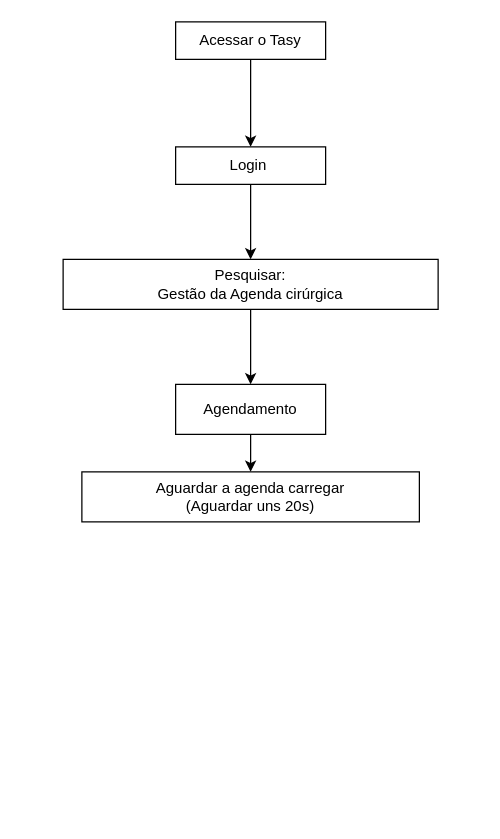
PatriciaGavloski/diagramas.sql keeps this draw.io diagram as Diagrama sem nome.drawio. Above is the earlier version. Source tidied: cells renumbered, new cells numbered last; positions are measured from the earlier drawing's top-left corner, leaving out a move shared by most shapes. Both pictures are drawn from the tidied source at 125%, with x=0, y=0 at pixel (62, 21).
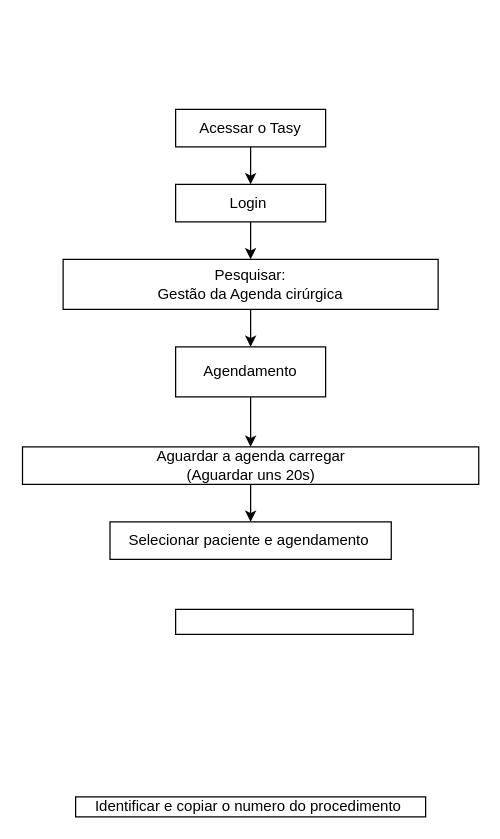
Above is the later version.

The edit, as a diff of the source:
```diff
@@
 <mxGraphModel>
   <root>
     <mxCell id="0" />
     <mxCell id="1" parent="0" />
     <mxCell id="2" style="edgeStyle=orthogonalEdgeStyle;rounded=0;jettySize=auto;html=1;exitX=0.5;exitY=1;exitDx=0;exitDy=0;" parent="1" edge="1" source="3" target="5">
       <mxGeometry relative="1" as="geometry" />
     </mxCell>
     <mxCell id="3" value="Acessar o Tasy" style="rounded=0;whiteSpace=wrap;html=1;" parent="1" vertex="1">
-      <mxGeometry x="90" width="120" height="30" as="geometry" />
+      <mxGeometry x="90" y="70" width="120" height="30" as="geometry" />
     </mxCell>
     <mxCell id="4" style="edgeStyle=orthogonalEdgeStyle;rounded=0;jettySize=auto;html=1;" parent="1" edge="1" source="5" target="7">
       <mxGeometry relative="1" as="geometry" />
     </mxCell>
     <mxCell id="5" value="Login&amp;nbsp;" style="rounded=0;whiteSpace=wrap;html=1;" parent="1" vertex="1">
-      <mxGeometry x="90" y="100" width="120" height="30" as="geometry" />
+      <mxGeometry x="90" y="130" width="120" height="30" as="geometry" />
     </mxCell>
     <mxCell id="6" style="edgeStyle=orthogonalEdgeStyle;rounded=0;jettySize=auto;html=1;exitX=0.5;exitY=1;exitDx=0;exitDy=0;" parent="1" edge="1" source="7" target="9">
       <mxGeometry relative="1" as="geometry" />
     </mxCell>
     <mxCell id="7" value="Pesquisar:&lt;br&gt;Gestão da Agenda cirúrgica" style="rounded=0;whiteSpace=wrap;html=1;" parent="1" vertex="1">
       <mxGeometry y="190" width="300" height="40" as="geometry" />
     </mxCell>
     <mxCell id="8" style="edgeStyle=orthogonalEdgeStyle;rounded=0;jettySize=auto;html=1;exitX=0.5;exitY=1;exitDx=0;exitDy=0;" parent="1" edge="1" source="9" target="10">
       <mxGeometry relative="1" as="geometry" />
     </mxCell>
     <mxCell id="9" value="Agendamento" style="rounded=0;whiteSpace=wrap;html=1;" parent="1" vertex="1">
-      <mxGeometry x="90" y="290" width="120" height="40" as="geometry" />
+      <mxGeometry x="90" y="260" width="120" height="40" as="geometry" />
     </mxCell>
+    <mxCell id="11" style="edgeStyle=orthogonalEdgeStyle;rounded=0;jettySize=auto;html=1;" parent="1" edge="1" source="10" target="12">
+      <mxGeometry relative="1" as="geometry" />
+    </mxCell>
     <mxCell id="10" value="Aguardar a agenda carregar&lt;br&gt;(Aguardar uns 20s)" style="rounded=0;whiteSpace=wrap;html=1;" parent="1" vertex="1">
-      <mxGeometry x="15" y="360" width="270" height="40" as="geometry" />
+      <mxGeometry x="-32.5" y="340" width="365" height="30" as="geometry" />
     </mxCell>
+    <mxCell id="12" value="Selecionar paciente e agendamento&amp;nbsp;" style="rounded=0;whiteSpace=wrap;html=1;" parent="1" vertex="1">
+      <mxGeometry x="37.5" y="400" width="225" height="30" as="geometry" />
+    </mxCell>
+    <mxCell id="13" value="Identificar e copiar o numero do procedimento&amp;nbsp;" style="rounded=0;whiteSpace=wrap;html=1;" parent="1" vertex="1">
+      <mxGeometry x="10" y="620" width="280" height="16" as="geometry" />
+    </mxCell>
+    <mxCell id="14" style="rounded=0;whiteSpace=wrap;html=1;" parent="1" vertex="1">
+      <mxGeometry x="90" y="470" width="190" height="20" as="geometry" />
+    </mxCell>
   </root>
 </mxGraphModel>
```
